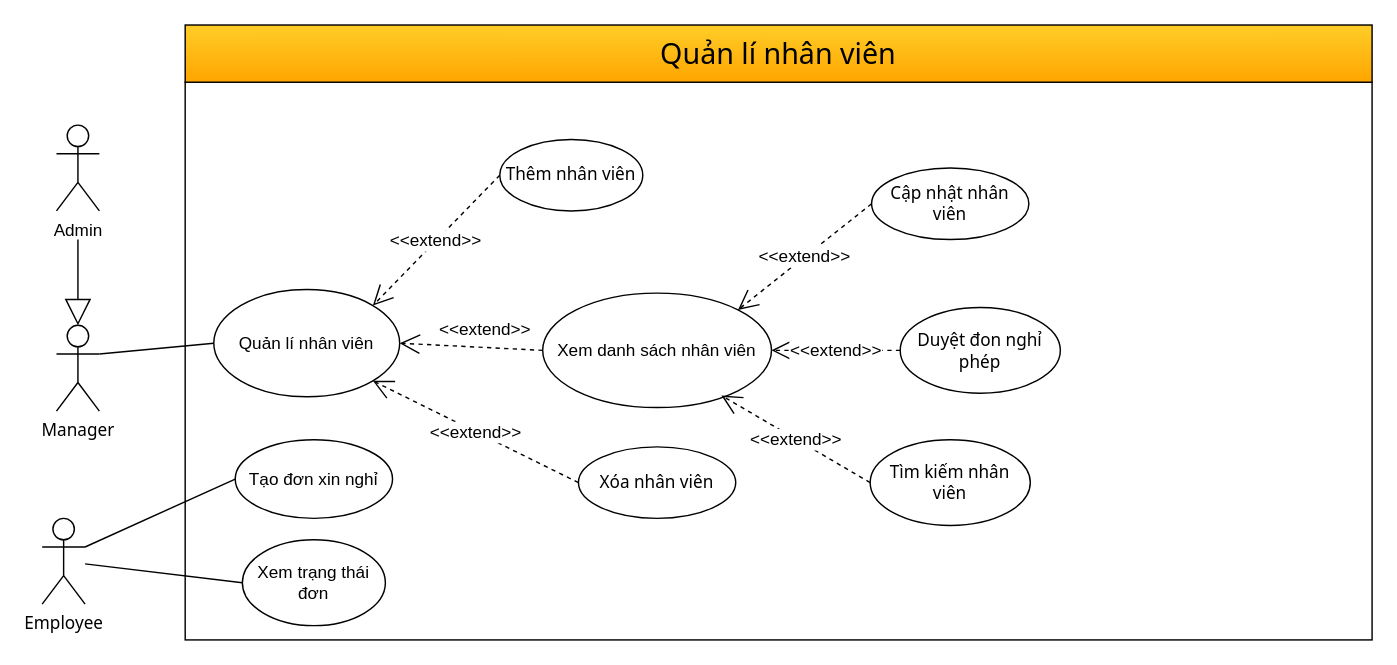
hoangda24312/Group4-DesigningSystem keeps this draw.io diagram as QuanLyNhanVien.drawio. Above is the earlier version. Source tidied: cells renumbered, new cells numbered last; positions are measured from the earlier drawing's top-left corner, leaving out a move shared by most shapes. Both pictures are drawn from the tidied source at 143%, with x=0, y=0 at pixel (41, 24).
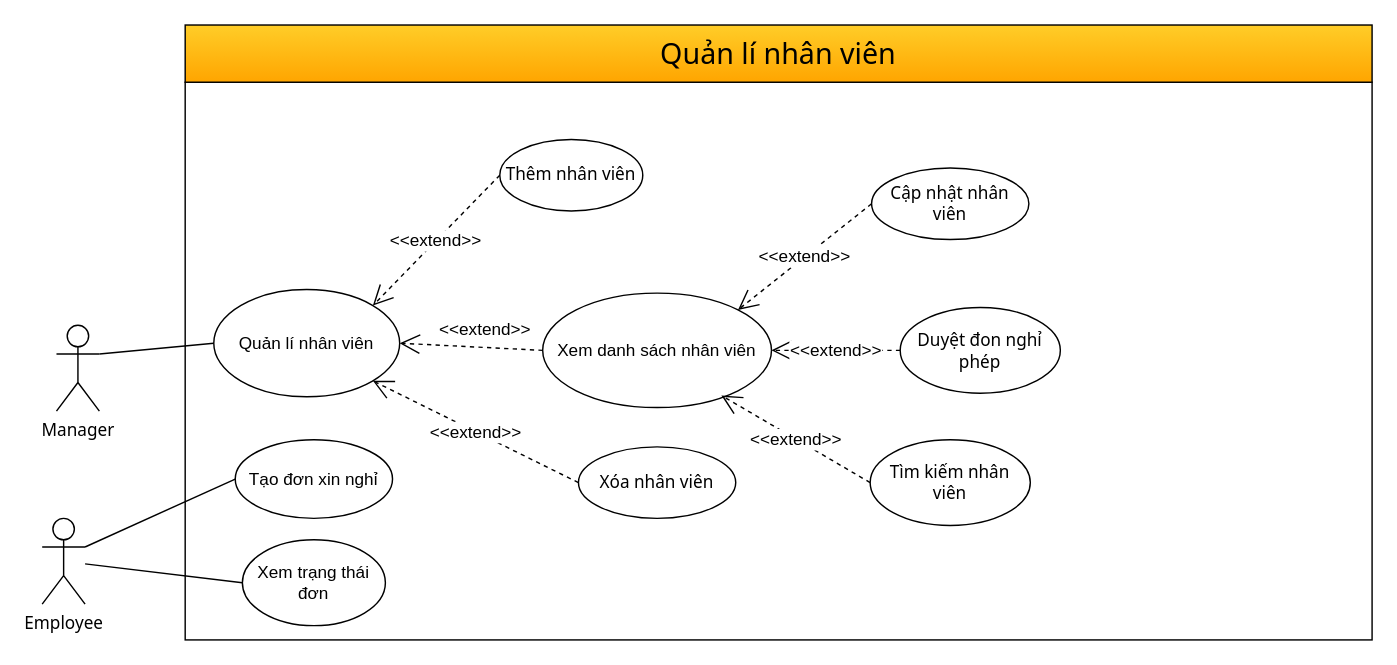
The same page after the edit.

Unchanged cells that the change refers to:
```xml
<mxCell id="14" value="Manager" style="shape=umlActor;verticalLabelPosition=bottom;verticalAlign=top;html=1;outlineConnect=0;fontFamily=Tahoma;" parent="1" vertex="1">
  <mxGeometry x="10" y="210" width="30" height="60" as="geometry" />
</mxCell>
```

What changed in the source:
```diff
@@
-    <mxCell id="17" value="Admin" style="shape=umlActor;verticalLabelPosition=bottom;verticalAlign=top;html=1;" parent="1" vertex="1">
-      <mxGeometry x="10" y="70" width="30" height="60" as="geometry" />
-    </mxCell>
-    <mxCell id="18" style="endArrow=block;endSize=16;endFill=0;html=1;rounded=0;entryX=0.5;entryY=0;entryDx=0;entryDy=0;entryPerimeter=0;" parent="1" edge="1" target="14">
-      <mxGeometry relative="1" as="geometry">
-        <mxPoint x="25" y="150" as="sourcePoint" />
-      </mxGeometry>
-    </mxCell>
```
